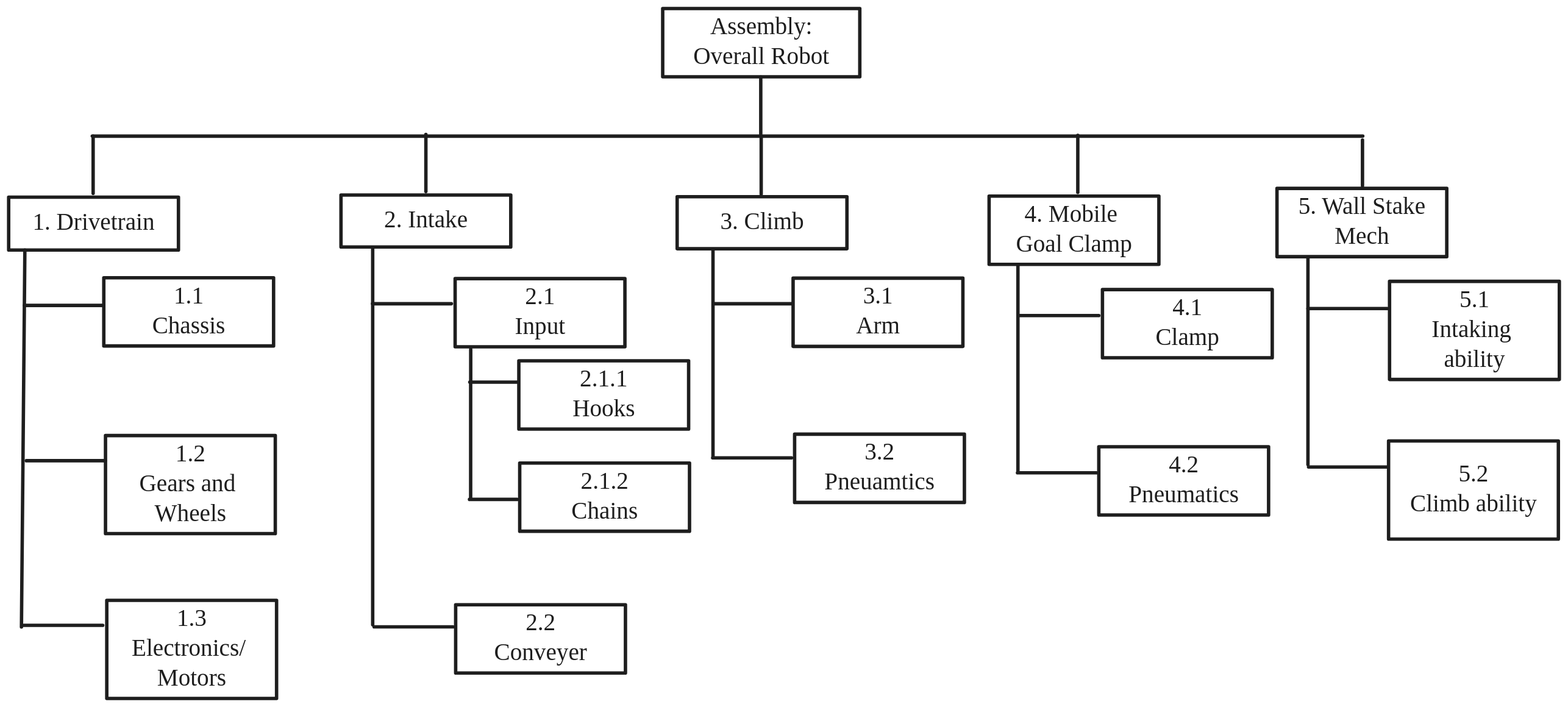
Before: entries/overall-robot-1/overall-robot-wbs.excalidraw.svg, a diagram exported from Excalidraw (Area-53-Robotics/53D-Notebook). Source tidied: one line per element, renumbered; positions are measured from the earlier drawing's top-left corner, leaving out a move shared by most shapes.
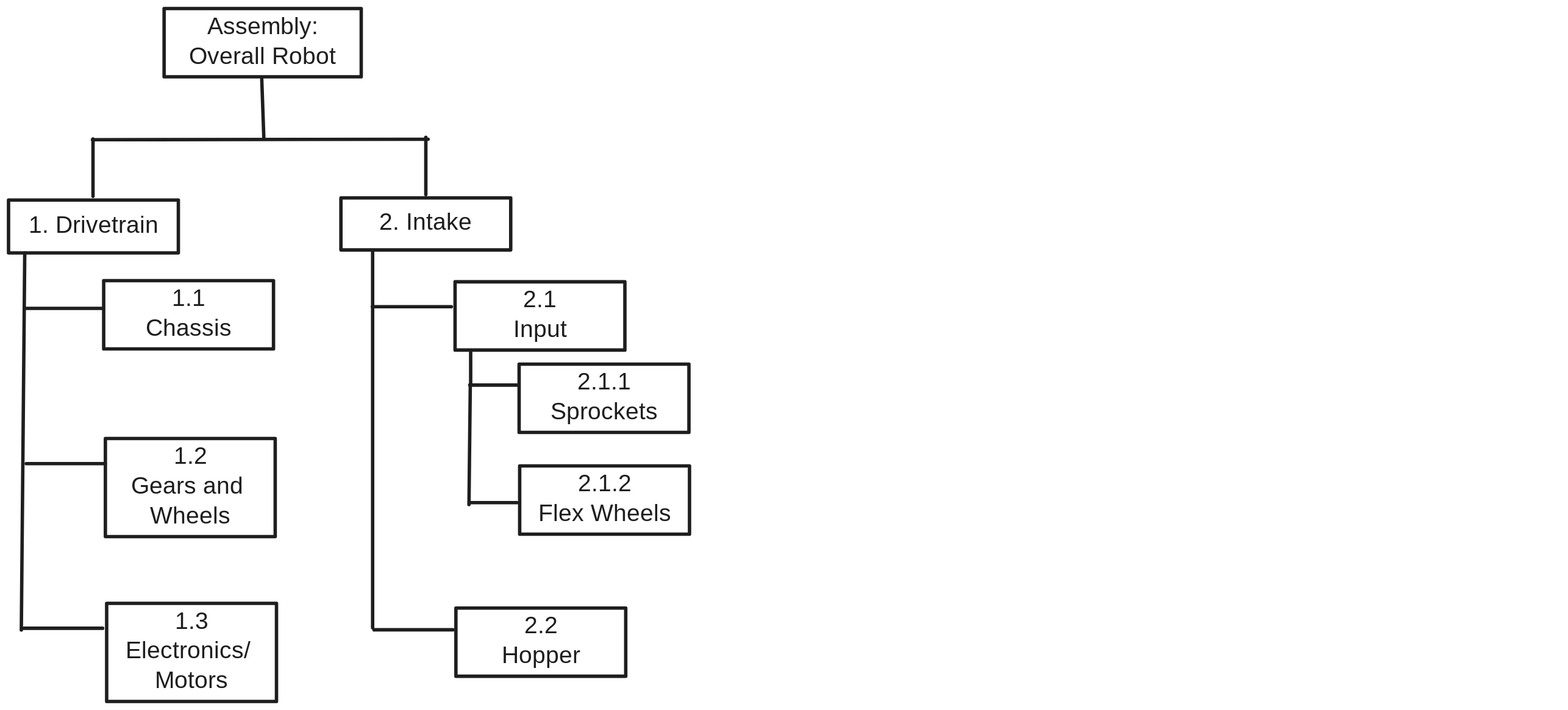
Above is the later version.

What changed in the source:
```diff
@@ -1,16 +1,13 @@
-{"id": 0, "type": "rectangle", "strokeColor": "#1e1e1e", "strokeWidth": 4, "roughness": 0, "x": 767, "y": 0, "width": 231, "height": 80}
+{"id": 0, "type": "rectangle", "strokeColor": "#1e1e1e", "strokeWidth": 4, "roughness": 0, "x": 182, "y": -3, "width": 231, "height": 80}
-{"id": 1, "type": "text", "text": "Assembly:\nOverall Robot", "strokeColor": "#1e1e1e", "strokeWidth": 2, "roughness": 1, "fontSize": 28, "fontFamily": 1, "textAlign": "center", "verticalAlign": "middle", "inside": 0, "x": 787, "y": 5, "width": 190, "height": 70}
+{"id": 1, "type": "text", "text": "Assembly:\nOverall Robot", "strokeColor": "#1e1e1e", "strokeWidth": 2, "roughness": 1, "fontSize": 28, "fontFamily": 1, "textAlign": "center", "verticalAlign": "middle", "inside": 0, "x": 203, "y": 2, "width": 190, "height": 70}
-{"id": 2, "type": "line", "strokeColor": "#1e1e1e", "strokeWidth": 4, "roughness": 0, "x": 882, "y": 80, "width": 0, "height": 67, "points": [[0, 0], [0, 67]]}
+{"id": 2, "type": "line", "strokeColor": "#1e1e1e", "strokeWidth": 4, "roughness": 0, "x": 297, "y": 79, "width": 2, "height": 70, "points": [[0, 0], [2, 70]]}
-{"id": 3, "type": "line", "strokeColor": "#1e1e1e", "strokeWidth": 4, "roughness": 0, "x": 98, "y": 150, "width": 1489, "height": 0, "points": [[0, 0], [1489, 0]]}
+{"id": 3, "type": "line", "strokeColor": "#1e1e1e", "strokeWidth": 4, "roughness": 0, "x": 98, "y": 150, "width": 393, "height": 0, "points": [[0, 0], [393, 0]]}
 {"id": 4, "type": "line", "strokeColor": "#1e1e1e", "strokeWidth": 4, "roughness": 0, "x": 99, "y": 150, "width": 0, "height": 67, "points": [[0, 0], [0, 67]]}
 {"id": 5, "type": "rectangle", "strokeColor": "#1e1e1e", "strokeWidth": 4, "roughness": 0, "x": 0, "y": 221, "width": 199, "height": 62}
 {"id": 6, "type": "text", "text": "1. Drivetrain", "strokeColor": "#1e1e1e", "strokeWidth": 4, "roughness": 0, "fontSize": 28, "fontFamily": 1, "textAlign": "center", "verticalAlign": "middle", "inside": 5, "x": 17, "y": 235, "width": 165, "height": 35}
 {"id": 7, "type": "line", "strokeColor": "#1e1e1e", "strokeWidth": 4, "roughness": 0, "x": 489, "y": 148, "width": 0, "height": 67, "points": [[0, 0], [0, 67]]}
 {"id": 8, "type": "rectangle", "strokeColor": "#1e1e1e", "strokeWidth": 4, "roughness": 0, "x": 390, "y": 219, "width": 199, "height": 61}
 {"id": 9, "type": "text", "text": "2. Intake", "strokeColor": "#1e1e1e", "strokeWidth": 4, "roughness": 0, "fontSize": 28, "fontFamily": 1, "textAlign": "center", "verticalAlign": "middle", "inside": 8, "x": 422, "y": 232, "width": 133, "height": 35}
-{"id": 10, "type": "line", "strokeColor": "#1e1e1e", "strokeWidth": 4, "roughness": 0, "x": 882, "y": 151, "width": 0, "height": 67, "points": [[0, 0], [0, 67]]}
-{"id": 11, "type": "rectangle", "strokeColor": "#1e1e1e", "strokeWidth": 4, "roughness": 0, "x": 784, "y": 221, "width": 199, "height": 61}
-{"id": 12, "type": "text", "text": "3. Climb", "strokeColor": "#1e1e1e", "strokeWidth": 4, "roughness": 0, "fontSize": 28, "fontFamily": 1, "textAlign": "center", "verticalAlign": "middle", "inside": 11, "x": 831, "y": 234, "width": 104, "height": 35}
 {"id": 13, "type": "line", "strokeColor": "#1e1e1e", "strokeWidth": 4, "roughness": 0, "x": 19, "y": 283, "width": 4, "height": 442, "points": [[0, 0], [-4, 442]]}
 {"id": 14, "type": "line", "strokeColor": "#1e1e1e", "strokeWidth": 4, "roughness": 0, "x": 18, "y": 348, "width": 92, "height": 0, "points": [[0, 0], [92, 0]]}
 {"id": 15, "type": "rectangle", "strokeColor": "#1e1e1e", "strokeWidth": 4, "roughness": 0, "x": 112, "y": 316, "width": 199, "height": 80}
@@ -28,38 +25,11 @@
 {"id": 27, "type": "line", "strokeColor": "#1e1e1e", "strokeWidth": 4, "roughness": 0, "x": 596, "y": 438, "width": 56, "height": 0, "points": [[0, 0], [-56, 0]]}
 {"id": 28, "type": "line", "strokeColor": "#1e1e1e", "strokeWidth": 4, "roughness": 0, "x": 542, "y": 399, "width": 0, "height": 37, "points": [[0, 0], [0, 37]]}
 {"id": 29, "type": "rectangle", "strokeColor": "#1e1e1e", "strokeWidth": 4, "roughness": 0, "x": 598, "y": 413, "width": 199, "height": 80}
-{"id": 30, "type": "text", "text": "2.1.1\nHooks", "strokeColor": "#1e1e1e", "strokeWidth": 4, "roughness": 0, "fontSize": 28, "fontFamily": 1, "textAlign": "center", "verticalAlign": "middle", "inside": 29, "x": 660, "y": 418, "width": 75, "height": 70}
+{"id": 30, "type": "text", "text": "2.1.1\nSprockets", "strokeColor": "#1e1e1e", "strokeWidth": 4, "roughness": 0, "fontSize": 28, "fontFamily": 1, "textAlign": "center", "verticalAlign": "middle", "inside": 29, "x": 632, "y": 418, "width": 132, "height": 70}
 {"id": 31, "type": "line", "strokeColor": "#1e1e1e", "strokeWidth": 4, "roughness": 0, "x": 428, "y": 725, "width": 92, "height": 0, "points": [[0, 0], [92, 0]]}
 {"id": 32, "type": "rectangle", "strokeColor": "#1e1e1e", "strokeWidth": 4, "roughness": 0, "x": 524, "y": 699, "width": 199, "height": 80}
-{"id": 33, "type": "text", "text": "2.2\nConveyer", "strokeColor": "#1e1e1e", "strokeWidth": 4, "roughness": 0, "fontSize": 28, "fontFamily": 1, "textAlign": "center", "verticalAlign": "middle", "inside": 32, "x": 565, "y": 704, "width": 117, "height": 70}
+{"id": 33, "type": "text", "text": "2.2\nHopper", "strokeColor": "#1e1e1e", "strokeWidth": 4, "roughness": 0, "fontSize": 28, "fontFamily": 1, "textAlign": "center", "verticalAlign": "middle", "inside": 32, "x": 581, "y": 704, "width": 86, "height": 70}
-{"id": 34, "type": "line", "strokeColor": "#1e1e1e", "strokeWidth": 4, "roughness": 0, "x": 596, "y": 575, "width": 56, "height": 0, "points": [[0, 0], [-56, 0]]}
+{"id": 34, "type": "line", "strokeColor": "#1e1e1e", "strokeWidth": 4, "roughness": 0, "x": 596, "y": 576, "width": 56, "height": 0, "points": [[0, 0], [-56, 0]]}
 {"id": 35, "type": "rectangle", "strokeColor": "#1e1e1e", "strokeWidth": 4, "roughness": 0, "x": 599, "y": 533, "width": 199, "height": 80}
-{"id": 36, "type": "text", "text": "2.1.2\nChains", "strokeColor": "#1e1e1e", "strokeWidth": 4, "roughness": 0, "fontSize": 28, "fontFamily": 1, "textAlign": "center", "verticalAlign": "middle", "inside": 35, "x": 656, "y": 538, "width": 85, "height": 70}
+{"id": 36, "type": "text", "text": "2.1.2\nFlex Wheels", "strokeColor": "#1e1e1e", "strokeWidth": 4, "roughness": 0, "fontSize": 28, "fontFamily": 1, "textAlign": "center", "verticalAlign": "middle", "inside": 35, "x": 620, "y": 538, "width": 156, "height": 70}
-{"id": 37, "type": "line", "strokeColor": "#1e1e1e", "strokeWidth": 4, "roughness": 0, "x": 826, "y": 282, "width": 0, "height": 243, "points": [[0, 0], [0, 243]]}
-{"id": 38, "type": "line", "strokeColor": "#1e1e1e", "strokeWidth": 4, "roughness": 0, "x": 826, "y": 346, "width": 92, "height": 0, "points": [[0, 0], [92, 0]]}
-{"id": 39, "type": "rectangle", "strokeColor": "#1e1e1e", "strokeWidth": 4, "roughness": 0, "x": 919, "y": 316, "width": 199, "height": 80}
-{"id": 40, "type": "text", "text": "3.1\nArm", "strokeColor": "#1e1e1e", "strokeWidth": 4, "roughness": 0, "fontSize": 28, "fontFamily": 1, "textAlign": "center", "verticalAlign": "middle", "inside": 39, "x": 995, "y": 321, "width": 48, "height": 70}
-{"id": 41, "type": "rectangle", "strokeColor": "#1e1e1e", "strokeWidth": 4, "roughness": 0, "x": 921, "y": 499, "width": 199, "height": 80}
-{"id": 42, "type": "text", "text": "3.2\nPneuamtics", "strokeColor": "#1e1e1e", "strokeWidth": 4, "roughness": 0, "fontSize": 28, "fontFamily": 1, "textAlign": "center", "verticalAlign": "middle", "inside": 41, "x": 945, "y": 504, "width": 150, "height": 70}
-{"id": 43, "type": "line", "strokeColor": "#1e1e1e", "strokeWidth": 4, "roughness": 0, "x": 825, "y": 527, "width": 92, "height": 0, "points": [[0, 0], [92, 0]]}
-{"id": 44, "type": "line", "strokeColor": "#1e1e1e", "strokeWidth": 4, "roughness": 0, "x": 541, "y": 438, "width": 0, "height": 136, "points": [[0, 0], [0, 136]]}
+{"id": 44, "type": "line", "strokeColor": "#1e1e1e", "strokeWidth": 4, "roughness": 0, "x": 541, "y": 437, "width": 2, "height": 141, "points": [[0, 0], [-2, 141]]}
-{"id": 45, "type": "line", "strokeColor": "#1e1e1e", "strokeWidth": 4, "roughness": 0, "x": 1253, "y": 149, "width": 0, "height": 67, "points": [[0, 0], [0, 67]]}
-{"id": 46, "type": "rectangle", "strokeColor": "#1e1e1e", "strokeWidth": 4, "roughness": 0, "x": 1149, "y": 220, "width": 199, "height": 80}
-{"id": 47, "type": "text", "text": "4. Mobile \nGoal Clamp", "strokeColor": "#1e1e1e", "strokeWidth": 4, "roughness": 0, "fontSize": 28, "fontFamily": 1, "textAlign": "center", "verticalAlign": "middle", "inside": 46, "x": 1172, "y": 225, "width": 153, "height": 70}
-{"id": 48, "type": "line", "strokeColor": "#1e1e1e", "strokeWidth": 4, "roughness": 0, "x": 1183, "y": 300, "width": 0, "height": 243, "points": [[0, 0], [0, 243]]}
-{"id": 49, "type": "line", "strokeColor": "#1e1e1e", "strokeWidth": 4, "roughness": 0, "x": 1185, "y": 360, "width": 92, "height": 0, "points": [[0, 0], [92, 0]]}
-{"id": 50, "type": "rectangle", "strokeColor": "#1e1e1e", "strokeWidth": 4, "roughness": 0, "x": 1282, "y": 329, "width": 199, "height": 80}
-{"id": 51, "type": "text", "text": "4.1\nClamp", "strokeColor": "#1e1e1e", "strokeWidth": 4, "roughness": 0, "fontSize": 28, "fontFamily": 1, "textAlign": "center", "verticalAlign": "middle", "inside": 50, "x": 1344, "y": 334, "width": 76, "height": 70}
-{"id": 52, "type": "line", "strokeColor": "#1e1e1e", "strokeWidth": 4, "roughness": 0, "x": 1182, "y": 544, "width": 92, "height": 0, "points": [[0, 0], [92, 0]]}
-{"id": 53, "type": "rectangle", "strokeColor": "#1e1e1e", "strokeWidth": 4, "roughness": 0, "x": 1278, "y": 514, "width": 199, "height": 80}
-{"id": 54, "type": "text", "text": "4.2\nPneumatics", "strokeColor": "#1e1e1e", "strokeWidth": 4, "roughness": 0, "fontSize": 28, "fontFamily": 1, "textAlign": "center", "verticalAlign": "middle", "inside": 53, "x": 1302, "y": 519, "width": 150, "height": 70}
-{"id": 55, "type": "line", "strokeColor": "#1e1e1e", "strokeWidth": 4, "roughness": 0, "x": 1587, "y": 154, "width": 0, "height": 54, "points": [[0, 0], [0, 54]]}
-{"id": 56, "type": "rectangle", "strokeColor": "#1e1e1e", "strokeWidth": 4, "roughness": 0, "x": 1487, "y": 211, "width": 199, "height": 80}
-{"id": 57, "type": "text", "text": "5. Wall Stake\nMech", "strokeColor": "#1e1e1e", "strokeWidth": 4, "roughness": 0, "fontSize": 28, "fontFamily": 1, "textAlign": "center", "verticalAlign": "middle", "inside": 56, "x": 1492, "y": 216, "width": 188, "height": 70}
-{"id": 58, "type": "line", "strokeColor": "#1e1e1e", "strokeWidth": 4, "roughness": 0, "x": 1523, "y": 292, "width": 0, "height": 243, "points": [[0, 0], [0, 243]]}
-{"id": 59, "type": "line", "strokeColor": "#1e1e1e", "strokeWidth": 4, "roughness": 0, "x": 1523, "y": 352, "width": 93, "height": 0, "points": [[0, 0], [93, 0]]}
-{"id": 60, "type": "rectangle", "strokeColor": "#1e1e1e", "strokeWidth": 4, "roughness": 0, "x": 1618, "y": 320, "width": 199, "height": 115}
-{"id": 61, "type": "text", "text": "5.1\nIntaking \nability", "strokeColor": "#1e1e1e", "strokeWidth": 4, "roughness": 0, "fontSize": 28, "fontFamily": 1, "textAlign": "center", "verticalAlign": "middle", "inside": 60, "x": 1656, "y": 325, "width": 124, "height": 105}
-{"id": 62, "type": "line", "strokeColor": "#1e1e1e", "strokeWidth": 4, "roughness": 0, "x": 1524, "y": 537, "width": 93, "height": 0, "points": [[0, 0], [93, 0]]}
-{"id": 63, "type": "rectangle", "strokeColor": "#1e1e1e", "strokeWidth": 4, "roughness": 0, "x": 1617, "y": 507, "width": 199, "height": 115}
-{"id": 64, "type": "text", "text": "5.2\nClimb ability", "strokeColor": "#1e1e1e", "strokeWidth": 4, "roughness": 0, "fontSize": 28, "fontFamily": 1, "textAlign": "center", "verticalAlign": "middle", "inside": 63, "x": 1637, "y": 529, "width": 159, "height": 70}
```
